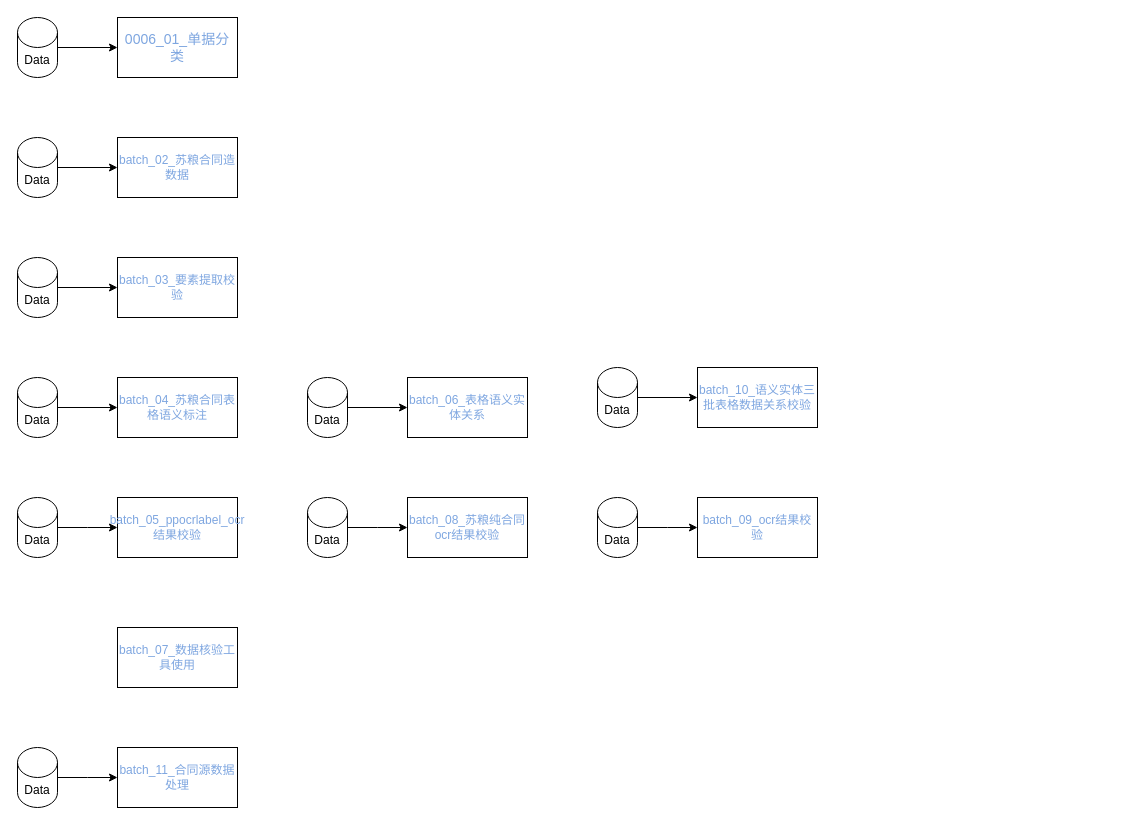
Above: page "0006" (2 of 2) of TagTaskRelationship.drawio in Saiable/drawio (draw.io), before the change. Source tidied: cells renumbered, new cells numbered last; positions are measured from the earlier drawing's top-left corner, leaving out a move shared by most shapes. Both pictures are drawn from the tidied source at 100%, with x=0, y=0 at pixel (17, 17).
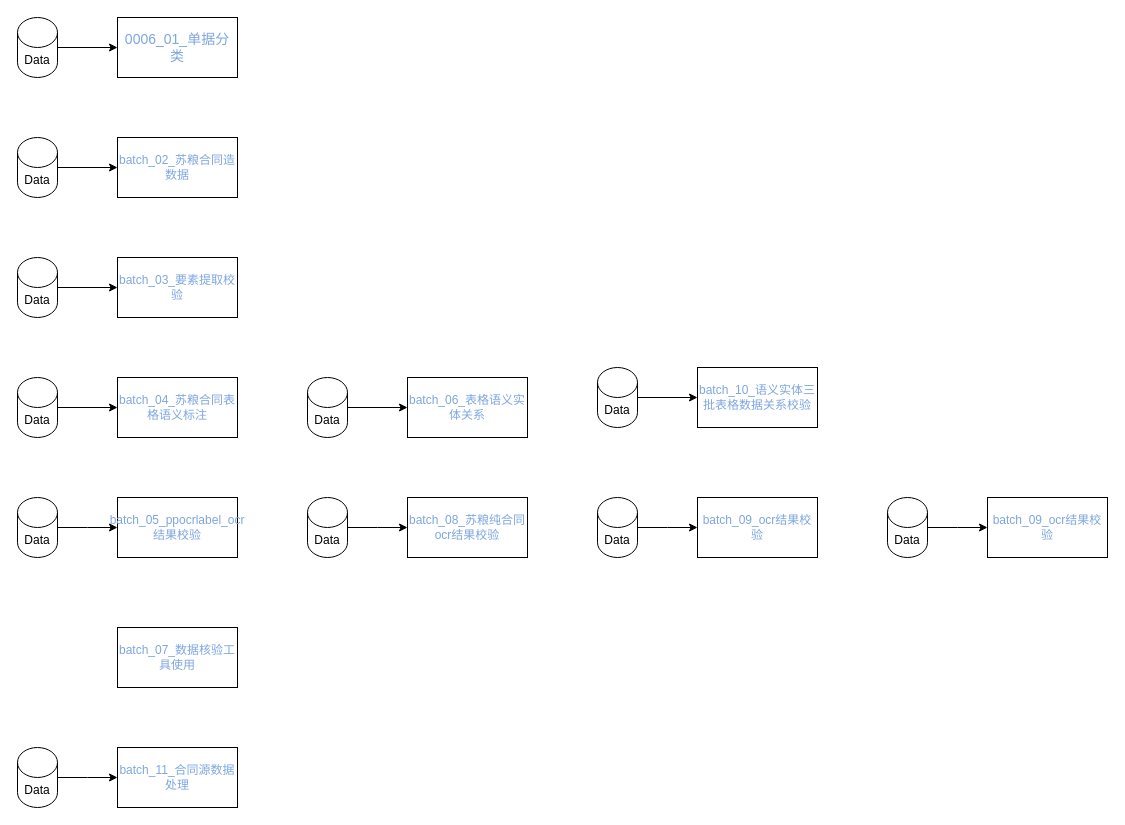
Above is the later version.

Change to the diagram source:
```diff
@@
+    <mxCell id="33" value="batch_09_ocr结果校验" style="rounded=0;whiteSpace=wrap;html=1;fontColor=#7EA6E0;" parent="1" vertex="1">
+      <mxGeometry x="970" y="480" width="120" height="60" as="geometry" />
+    </mxCell>
+    <mxCell id="34" style="edgeStyle=orthogonalEdgeStyle;rounded=0;jettySize=auto;html=1;entryX=0;entryY=0.5;entryDx=0;entryDy=0;" parent="1" edge="1" source="35">
+      <mxGeometry relative="1" as="geometry">
+        <mxPoint x="970" y="510" as="targetPoint" />
+      </mxGeometry>
+    </mxCell>
+    <mxCell id="35" value="Data" style="shape=cylinder3;whiteSpace=wrap;html=1;boundedLbl=1;backgroundOutline=1;size=15;" parent="1" vertex="1">
+      <mxGeometry x="870" y="480" width="40" height="60" as="geometry" />
+    </mxCell>
```
